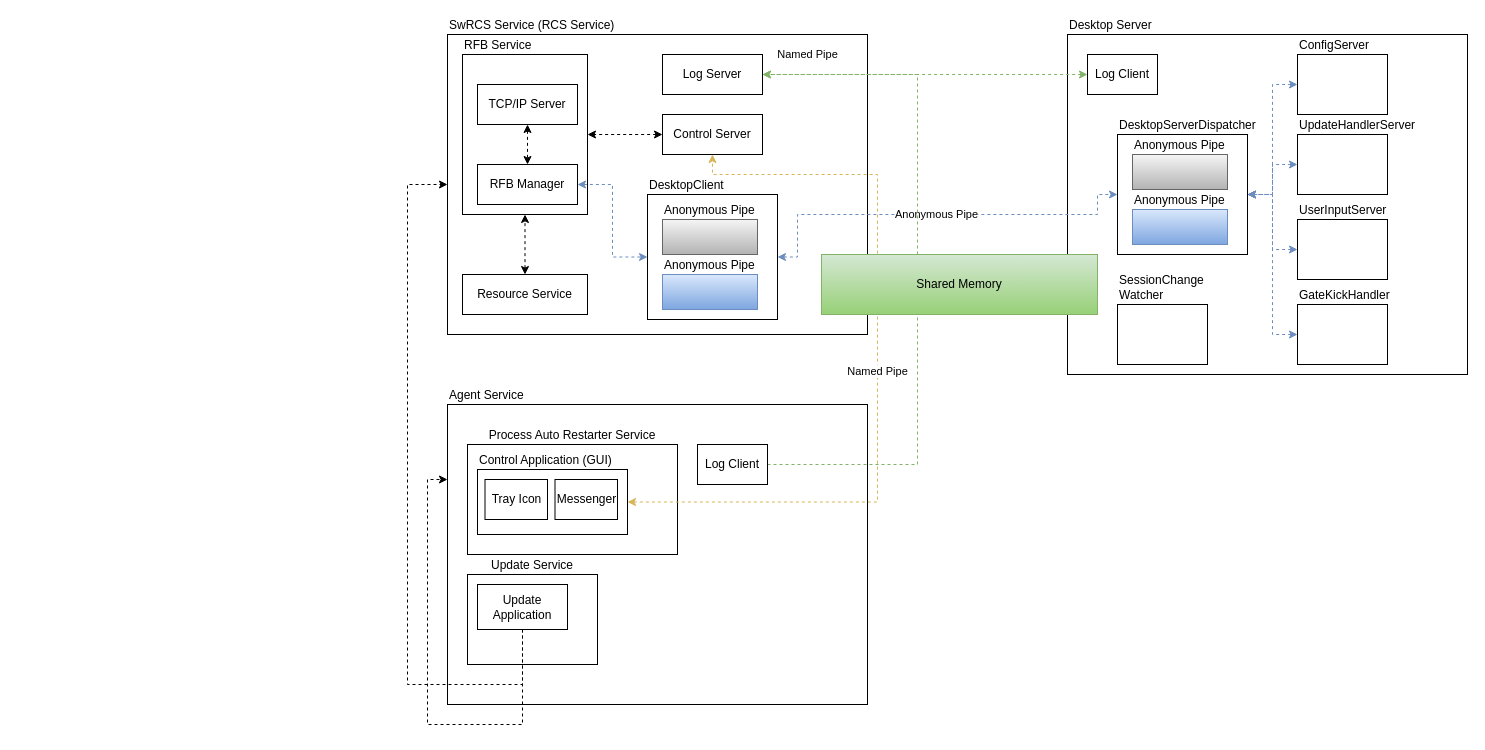
Before: page "Application" (2 of 9) of UML/mirero/SwRcs/Arch.drawio in rhkdguskim/Study, a draw.io diagram. Source tidied: cells renumbered, new cells numbered last; positions are measured from the earlier drawing's top-left corner, leaving out a move shared by most shapes. Both pictures are drawn from the tidied source at 100%, with x=0, y=0 at pixel (407, 34).
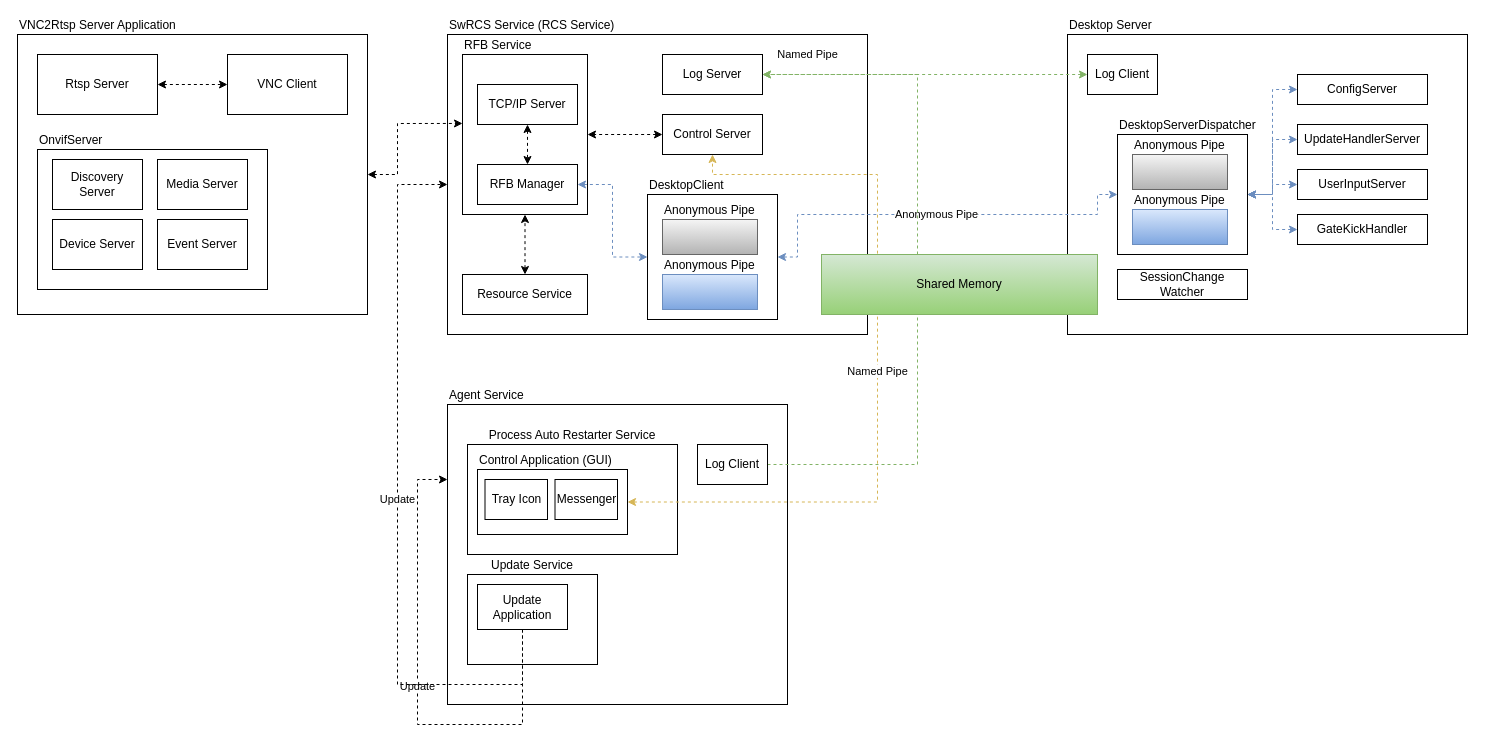
The same diagram, later.

The change refers to these unchanged cells:
```xml
<mxCell id="4" value="SwRCS Service (RCS Service)" style="rounded=0;whiteSpace=wrap;html=1;labelPosition=center;verticalLabelPosition=top;align=left;verticalAlign=bottom;" parent="1" vertex="1">
  <mxGeometry x="40" width="420" height="300" as="geometry" />
</mxCell>
<mxCell id="10" value="RFB Service" style="rounded=0;whiteSpace=wrap;html=1;labelPosition=center;verticalLabelPosition=top;align=left;verticalAlign=bottom;fillColor=none;" parent="1" vertex="1">
  <mxGeometry x="55" y="20" width="125" height="160" as="geometry" />
</mxCell>
<mxCell id="17" value="Log Server" style="rounded=0;whiteSpace=wrap;html=1;labelPosition=center;verticalLabelPosition=middle;align=center;verticalAlign=middle;fillColor=none;" parent="1" vertex="1">
  <mxGeometry x="255" y="20" width="100" height="40" as="geometry" />
</mxCell>
<mxCell id="24" value="Update&lt;div&gt;Application&lt;/div&gt;" style="rounded=0;whiteSpace=wrap;html=1;labelPosition=center;verticalLabelPosition=middle;align=center;verticalAlign=middle;" parent="1" vertex="1">
  <mxGeometry x="70" y="550" width="90" height="45" as="geometry" />
</mxCell>
<mxCell id="27" value="Log Client" style="rounded=0;whiteSpace=wrap;html=1;labelPosition=center;verticalLabelPosition=middle;align=center;verticalAlign=middle;fillColor=none;" parent="1" vertex="1">
  <mxGeometry x="680" y="20" width="70" height="40" as="geometry" />
</mxCell>
```

The edit, as a diff of the source:
```diff
@@
     <mxCell id="2" value="Desktop Server" style="rounded=0;whiteSpace=wrap;html=1;labelPosition=center;verticalLabelPosition=top;align=left;verticalAlign=bottom;" parent="1" vertex="1">
-      <mxGeometry x="660" width="400" height="340" as="geometry" />
+      <mxGeometry x="660" width="400" height="300" as="geometry" />
     </mxCell>
@@
     <mxCell id="6" value="Agent Service" style="rounded=0;whiteSpace=wrap;html=1;labelPosition=center;verticalLabelPosition=top;align=left;verticalAlign=bottom;" parent="1" vertex="1">
-      <mxGeometry x="40" y="370" width="420" height="300" as="geometry" />
+      <mxGeometry x="40" y="370" width="340" height="300" as="geometry" />
     </mxCell>
@@
-    <mxCell id="22" style="edgeStyle=orthogonalEdgeStyle;rounded=0;jettySize=auto;html=1;entryX=0;entryY=0.25;entryDx=0;entryDy=0;dashed=1;" parent="1" edge="1" source="24" target="6">
+    <mxCell id="22" value="Update" style="edgeStyle=orthogonalEdgeStyle;rounded=0;jettySize=auto;html=1;entryX=0;entryY=0.25;entryDx=0;entryDy=0;dashed=1;" parent="1" edge="1" source="24" target="6">
       <mxGeometry relative="1" as="geometry">
         <Array as="points">
           <mxPoint x="115" y="690" />
-          <mxPoint x="20" y="690" />
-          <mxPoint x="20" y="445" />
+          <mxPoint x="10" y="690" />
+          <mxPoint x="10" y="445" />
         </Array>
       </mxGeometry>
     </mxCell>
-    <mxCell id="23" style="edgeStyle=orthogonalEdgeStyle;rounded=0;jettySize=auto;html=1;entryX=0;entryY=0.5;entryDx=0;entryDy=0;dashed=1;" parent="1" edge="1" source="24" target="4">
+    <mxCell id="23" value="Update" style="edgeStyle=orthogonalEdgeStyle;rounded=0;jettySize=auto;html=1;entryX=0;entryY=0.5;entryDx=0;entryDy=0;dashed=1;" parent="1" edge="1" source="24" target="4">
       <mxGeometry relative="1" as="geometry">
         <Array as="points">
           <mxPoint x="115" y="650" />
-          <mxPoint y="650" />
-          <mxPoint y="150" />
+          <mxPoint x="-10" y="650" />
+          <mxPoint x="-10" y="150" />
         </Array>
       </mxGeometry>
     </mxCell>
@@
-    <mxCell id="26" value="Named Pipe" style="edgeStyle=orthogonalEdgeStyle;rounded=0;jettySize=auto;html=1;entryX=1;entryY=0.5;entryDx=0;entryDy=0;dashed=1;startArrow=classic;startFill=1;fillColor=#d5e8d4;strokeColor=#82b366;" parent="1" edge="1" source="27" target="17">
+    <mxCell id="26" value="Named Pipe" style="edgeStyle=orthogonalEdgeStyle;rounded=0;jettySize=auto;html=1;entryX=1;entryY=0.5;entryDx=0;entryDy=0;dashed=1;startArrow=classic;startFill=1;fillColor=#d5e8d4;strokeColor=#82b366;align=center;labelPosition=center;verticalLabelPosition=middle;verticalAlign=middle;labelBackgroundColor=none;" parent="1" edge="1" source="27" target="17">
       <mxGeometry x="0.72" y="-20" relative="1" as="geometry" />
     </mxCell>
@@
-    <mxCell id="37" value="UpdateHandlerServer" style="rounded=0;whiteSpace=wrap;html=1;labelPosition=center;verticalLabelPosition=top;align=left;verticalAlign=bottom;" parent="1" vertex="1">
-      <mxGeometry x="890" y="100" width="90" height="60" as="geometry" />
+    <mxCell id="37" value="UpdateHandlerServer" style="rounded=0;whiteSpace=wrap;html=1;labelPosition=center;verticalLabelPosition=middle;align=center;verticalAlign=middle;" parent="1" vertex="1">
+      <mxGeometry x="890" y="90" width="130" height="30" as="geometry" />
     </mxCell>
@@
-    <mxCell id="39" value="UserInputServer" style="rounded=0;whiteSpace=wrap;html=1;labelPosition=center;verticalLabelPosition=top;align=left;verticalAlign=bottom;" parent="1" vertex="1">
-      <mxGeometry x="890" y="185" width="90" height="60" as="geometry" />
+    <mxCell id="39" value="UserInputServer" style="rounded=0;whiteSpace=wrap;html=1;labelPosition=center;verticalLabelPosition=middle;align=center;verticalAlign=middle;" parent="1" vertex="1">
+      <mxGeometry x="890" y="135" width="130" height="30" as="geometry" />
     </mxCell>
@@
-    <mxCell id="41" value="ConfigServer" style="rounded=0;whiteSpace=wrap;html=1;labelPosition=center;verticalLabelPosition=top;align=left;verticalAlign=bottom;" parent="1" vertex="1">
-      <mxGeometry x="890" y="20" width="90" height="60" as="geometry" />
+    <mxCell id="41" value="ConfigServer" style="rounded=0;whiteSpace=wrap;html=1;labelPosition=center;verticalLabelPosition=middle;align=center;verticalAlign=middle;" parent="1" vertex="1">
+      <mxGeometry x="890" y="40" width="130" height="30" as="geometry" />
     </mxCell>
@@
-    <mxCell id="43" value="GateKickHandler" style="rounded=0;whiteSpace=wrap;html=1;labelPosition=center;verticalLabelPosition=top;align=left;verticalAlign=bottom;" parent="1" vertex="1">
-      <mxGeometry x="890" y="270" width="90" height="60" as="geometry" />
+    <mxCell id="43" value="GateKickHandler" style="rounded=0;whiteSpace=wrap;html=1;labelPosition=center;verticalLabelPosition=middle;align=center;verticalAlign=middle;" parent="1" vertex="1">
+      <mxGeometry x="890" y="180" width="130" height="30" as="geometry" />
     </mxCell>
-    <mxCell id="44" value="SessionChange Watcher" style="rounded=0;whiteSpace=wrap;html=1;labelPosition=center;verticalLabelPosition=top;align=left;verticalAlign=bottom;" parent="1" vertex="1">
-      <mxGeometry x="710" y="270" width="90" height="60" as="geometry" />
+    <mxCell id="44" value="SessionChange Watcher" style="rounded=0;whiteSpace=wrap;html=1;labelPosition=center;verticalLabelPosition=middle;align=center;verticalAlign=middle;" parent="1" vertex="1">
+      <mxGeometry x="710" y="235" width="130" height="30" as="geometry" />
     </mxCell>
+    <mxCell id="45" value="VNC2Rtsp Server Application" style="rounded=0;whiteSpace=wrap;html=1;labelPosition=center;verticalLabelPosition=top;align=left;verticalAlign=bottom;" parent="1" vertex="1">
+      <mxGeometry x="-390" width="350" height="280" as="geometry" />
+    </mxCell>
+    <mxCell id="46" style="edgeStyle=orthogonalEdgeStyle;rounded=0;jettySize=auto;html=1;dashed=1;startArrow=classic;startFill=1;" parent="1" edge="1" source="47" target="49">
+      <mxGeometry relative="1" as="geometry" />
+    </mxCell>
+    <mxCell id="47" value="Rtsp Server" style="rounded=0;whiteSpace=wrap;html=1;" parent="1" vertex="1">
+      <mxGeometry x="-370" y="20" width="120" height="60" as="geometry" />
+    </mxCell>
+    <mxCell id="48" value="OnvifServer" style="rounded=0;whiteSpace=wrap;html=1;labelPosition=center;verticalLabelPosition=top;align=left;verticalAlign=bottom;" parent="1" vertex="1">
+      <mxGeometry x="-370" y="115" width="230" height="140" as="geometry" />
+    </mxCell>
+    <mxCell id="49" value="VNC Client" style="rounded=0;whiteSpace=wrap;html=1;" parent="1" vertex="1">
+      <mxGeometry x="-180" y="20" width="120" height="60" as="geometry" />
+    </mxCell>
+    <mxCell id="50" style="edgeStyle=orthogonalEdgeStyle;rounded=0;jettySize=auto;html=1;entryX=0;entryY=0.431;entryDx=0;entryDy=0;entryPerimeter=0;dashed=1;startArrow=classic;startFill=1;exitX=1;exitY=0.5;exitDx=0;exitDy=0;" parent="1" edge="1" source="45" target="10">
+      <mxGeometry relative="1" as="geometry">
+        <Array as="points">
+          <mxPoint x="-10" y="140" />
+          <mxPoint x="-10" y="89" />
+        </Array>
+      </mxGeometry>
+    </mxCell>
+    <mxCell id="51" value="Discovery Server" style="rounded=0;whiteSpace=wrap;html=1;" parent="1" vertex="1">
+      <mxGeometry x="-355" y="125" width="90" height="50" as="geometry" />
+    </mxCell>
+    <mxCell id="52" value="Media Server" style="rounded=0;whiteSpace=wrap;html=1;" parent="1" vertex="1">
+      <mxGeometry x="-250" y="125" width="90" height="50" as="geometry" />
+    </mxCell>
+    <mxCell id="53" value="Event Server" style="rounded=0;whiteSpace=wrap;html=1;" parent="1" vertex="1">
+      <mxGeometry x="-250" y="185" width="90" height="50" as="geometry" />
+    </mxCell>
+    <mxCell id="54" value="Device Server" style="rounded=0;whiteSpace=wrap;html=1;" parent="1" vertex="1">
+      <mxGeometry x="-355" y="185" width="90" height="50" as="geometry" />
+    </mxCell>
```
